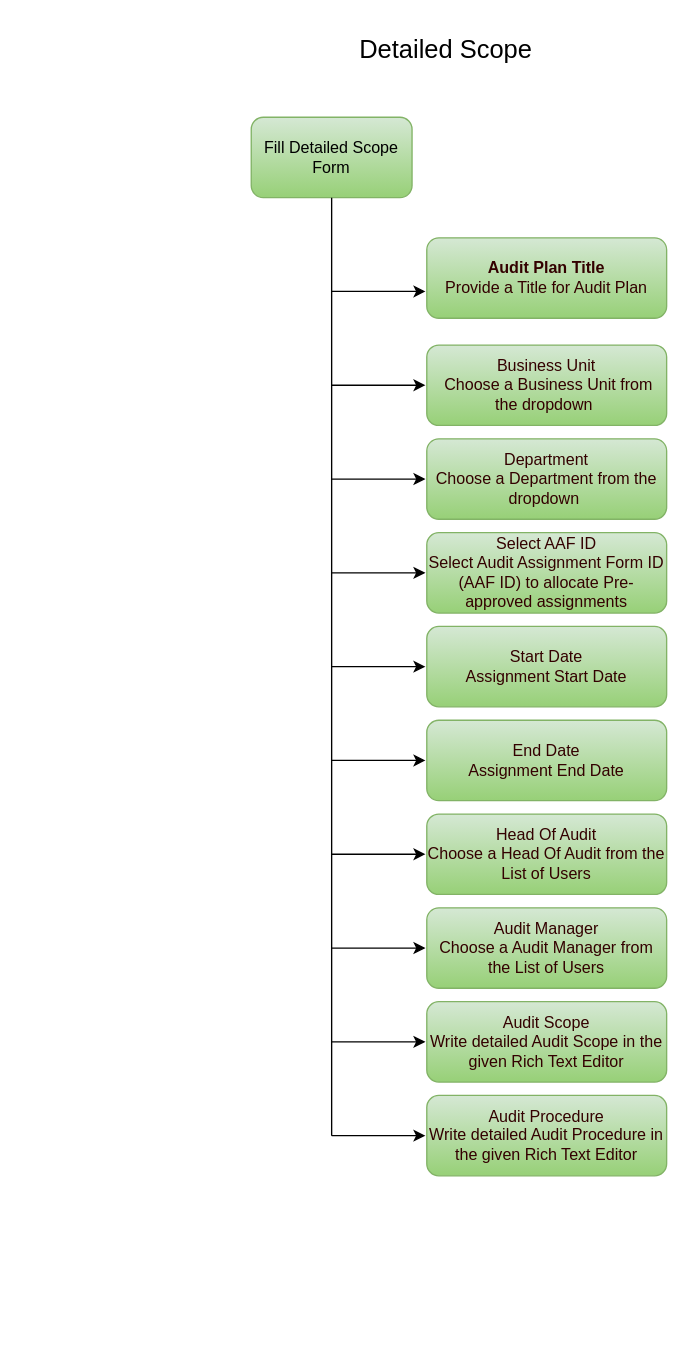
AvikM1996/draw.io keeps this draw.io diagram as page "Detailed Scope" (11 of 32) of ERM & IA DFD.drawio. Above is the earlier version. Source tidied: cells renumbered, new cells numbered last; positions are measured from the earlier drawing's top-left corner, leaving out a move shared by most shapes. Both pictures are drawn from the tidied source at 134%, with x=0, y=0 at pixel (251, 23).
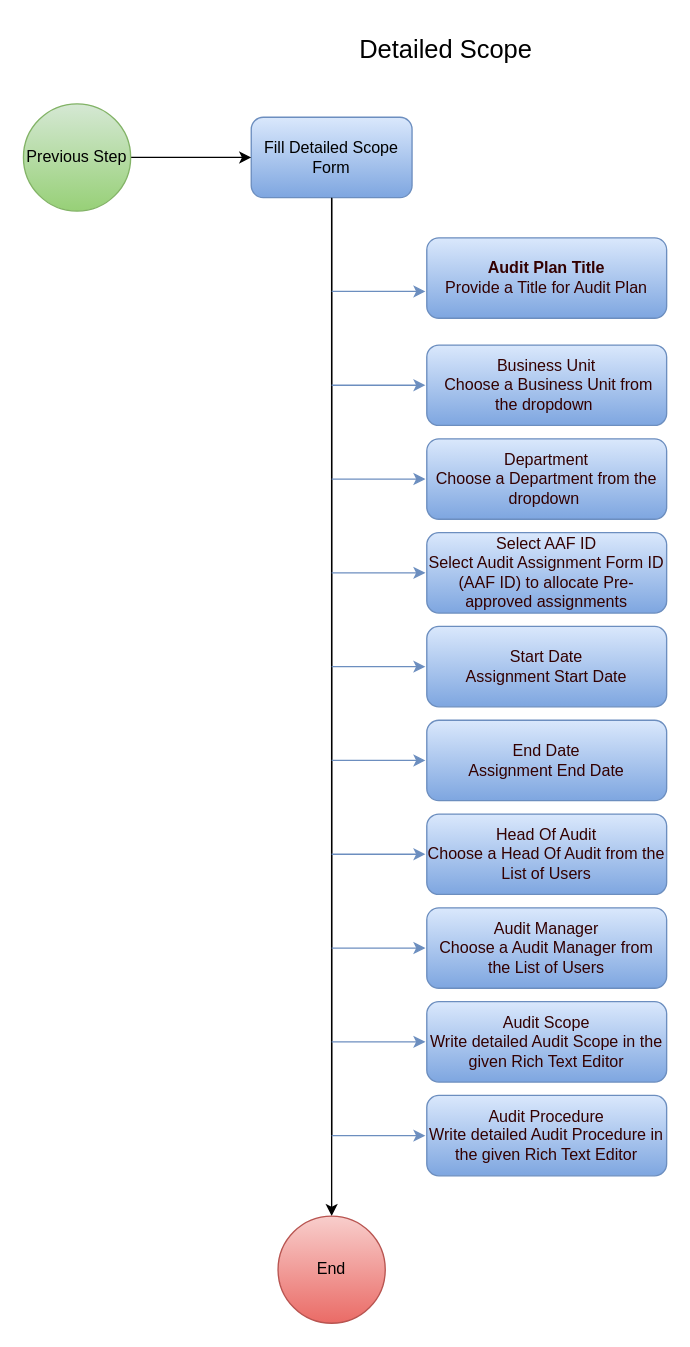
The same diagram, later.

The edit, as a diff of the source:
```diff
@@
+    <mxCell id="25" style="edgeStyle=orthogonalEdgeStyle;rounded=0;jettySize=auto;html=1;" parent="1" edge="1" source="3">
+      <mxGeometry relative="1" as="geometry">
+        <mxPoint x="60" y="890" as="targetPoint" />
+      </mxGeometry>
+    </mxCell>
-    <mxCell id="3" value="Fill Detailed Scope Form" style="rounded=1;whiteSpace=wrap;html=1;fillColor=#d5e8d4;strokeColor=#82b366;gradientColor=#97d077;" parent="1" vertex="1">
+    <mxCell id="3" value="Fill Detailed Scope Form" style="rounded=1;whiteSpace=wrap;html=1;fillColor=#dae8fc;strokeColor=#6c8ebf;gradientColor=#7ea6e0;" parent="1" vertex="1">
       <mxGeometry y="70" width="120" height="60" as="geometry" />
     </mxCell>
@@
-    <mxCell id="5" style="endArrow=classic;html=1;rounded=1;" parent="1" edge="1">
+    <mxCell id="5" style="endArrow=classic;html=1;rounded=1;fillColor=#dae8fc;gradientColor=#7ea6e0;strokeColor=#6c8ebf;" parent="1" edge="1">
       <mxGeometry relative="1" as="geometry">
         <mxPoint x="60" y="200" as="sourcePoint" />
         <mxPoint x="130" y="200" as="targetPoint" />
       </mxGeometry>
     </mxCell>
-    <mxCell id="6" value="&lt;font color=&quot;#330000&quot;&gt;&lt;b&gt;Audit Plan Title&lt;br&gt;&lt;/b&gt;Provide a Title for Audit Plan&lt;/font&gt;" style="rounded=1;whiteSpace=wrap;html=1;fillColor=#d5e8d4;gradientColor=#97d077;strokeColor=#82b366;" parent="1" vertex="1">
+    <mxCell id="6" value="&lt;font color=&quot;#330000&quot;&gt;&lt;b&gt;Audit Plan Title&lt;br&gt;&lt;/b&gt;Provide a Title for Audit Plan&lt;/font&gt;" style="rounded=1;whiteSpace=wrap;html=1;fillColor=#dae8fc;gradientColor=#7ea6e0;strokeColor=#6c8ebf;" parent="1" vertex="1">
       <mxGeometry x="131" y="160" width="179" height="60" as="geometry" />
     </mxCell>
-    <mxCell id="7" style="endArrow=classic;html=1;rounded=1;" parent="1" edge="1">
+    <mxCell id="7" style="endArrow=classic;html=1;rounded=1;fillColor=#dae8fc;gradientColor=#7ea6e0;strokeColor=#6c8ebf;" parent="1" edge="1">
       <mxGeometry relative="1" as="geometry">
         <mxPoint x="60" y="270" as="sourcePoint" />
         <mxPoint x="130" y="270" as="targetPoint" />
       </mxGeometry>
     </mxCell>
-    <mxCell id="8" value="&lt;font color=&quot;#330000&quot;&gt;Business Unit&lt;/font&gt;&lt;div&gt;&lt;font color=&quot;#330000&quot;&gt;&amp;nbsp;Choose a Business Unit from the dropdown&amp;nbsp;&lt;/font&gt;&lt;/div&gt;" style="rounded=1;whiteSpace=wrap;html=1;fillColor=#d5e8d4;gradientColor=#97d077;strokeColor=#82b366;" parent="1" vertex="1">
+    <mxCell id="8" value="&lt;font color=&quot;#330000&quot;&gt;Business Unit&lt;/font&gt;&lt;div&gt;&lt;font color=&quot;#330000&quot;&gt;&amp;nbsp;Choose a Business Unit from the dropdown&amp;nbsp;&lt;/font&gt;&lt;/div&gt;" style="rounded=1;whiteSpace=wrap;html=1;fillColor=#dae8fc;gradientColor=#7ea6e0;strokeColor=#6c8ebf;" parent="1" vertex="1">
       <mxGeometry x="131" y="240" width="179" height="60" as="geometry" />
     </mxCell>
-    <mxCell id="9" style="endArrow=classic;html=1;rounded=1;" parent="1" edge="1">
+    <mxCell id="9" style="endArrow=classic;html=1;rounded=1;fillColor=#dae8fc;gradientColor=#7ea6e0;strokeColor=#6c8ebf;" parent="1" edge="1">
       <mxGeometry relative="1" as="geometry">
         <mxPoint x="60" y="340" as="sourcePoint" />
         <mxPoint x="130" y="340" as="targetPoint" />
       </mxGeometry>
     </mxCell>
-    <mxCell id="10" value="&lt;font color=&quot;#330000&quot;&gt;Department&lt;br&gt;Choose a Department from the dropdown&amp;nbsp;&lt;/font&gt;" style="rounded=1;whiteSpace=wrap;html=1;fillColor=#d5e8d4;gradientColor=#97d077;strokeColor=#82b366;" parent="1" vertex="1">
+    <mxCell id="10" value="&lt;font color=&quot;#330000&quot;&gt;Department&lt;br&gt;Choose a Department from the dropdown&amp;nbsp;&lt;/font&gt;" style="rounded=1;whiteSpace=wrap;html=1;fillColor=#dae8fc;gradientColor=#7ea6e0;strokeColor=#6c8ebf;" parent="1" vertex="1">
       <mxGeometry x="131" y="310" width="179" height="60" as="geometry" />
     </mxCell>
-    <mxCell id="11" style="endArrow=classic;html=1;rounded=1;" parent="1" edge="1">
+    <mxCell id="11" style="endArrow=classic;html=1;rounded=1;fillColor=#dae8fc;gradientColor=#7ea6e0;strokeColor=#6c8ebf;" parent="1" edge="1">
       <mxGeometry relative="1" as="geometry">
         <mxPoint x="60" y="410" as="sourcePoint" />
         <mxPoint x="130" y="410" as="targetPoint" />
       </mxGeometry>
     </mxCell>
-    <mxCell id="12" value="&lt;font color=&quot;#330000&quot;&gt;Select AAF ID&lt;br&gt;&lt;/font&gt;&lt;div&gt;&lt;font color=&quot;#330000&quot;&gt;Select Audit Assignment Form ID (AAF ID) to allocate Pre-approved assignments&lt;/font&gt;&lt;/div&gt;" style="rounded=1;whiteSpace=wrap;html=1;fillColor=#d5e8d4;gradientColor=#97d077;strokeColor=#82b366;" parent="1" vertex="1">
+    <mxCell id="12" value="&lt;font color=&quot;#330000&quot;&gt;Select AAF ID&lt;br&gt;&lt;/font&gt;&lt;div&gt;&lt;font color=&quot;#330000&quot;&gt;Select Audit Assignment Form ID (AAF ID) to allocate Pre-approved assignments&lt;/font&gt;&lt;/div&gt;" style="rounded=1;whiteSpace=wrap;html=1;fillColor=#dae8fc;gradientColor=#7ea6e0;strokeColor=#6c8ebf;" parent="1" vertex="1">
       <mxGeometry x="131" y="380" width="179" height="60" as="geometry" />
     </mxCell>
-    <mxCell id="13" style="endArrow=classic;html=1;rounded=1;" parent="1" edge="1">
+    <mxCell id="13" style="endArrow=classic;html=1;rounded=1;fillColor=#dae8fc;gradientColor=#7ea6e0;strokeColor=#6c8ebf;" parent="1" edge="1">
       <mxGeometry relative="1" as="geometry">
         <mxPoint x="60" y="480" as="sourcePoint" />
         <mxPoint x="130" y="480" as="targetPoint" />
       </mxGeometry>
     </mxCell>
-    <mxCell id="14" value="&lt;font color=&quot;#330000&quot;&gt;Start Date&lt;/font&gt;&lt;div&gt;&lt;font color=&quot;#330000&quot;&gt;Assignment Start Date&lt;/font&gt;&lt;/div&gt;" style="rounded=1;whiteSpace=wrap;html=1;fillColor=#d5e8d4;gradientColor=#97d077;strokeColor=#82b366;" parent="1" vertex="1">
+    <mxCell id="14" value="&lt;font color=&quot;#330000&quot;&gt;Start Date&lt;/font&gt;&lt;div&gt;&lt;font color=&quot;#330000&quot;&gt;Assignment Start Date&lt;/font&gt;&lt;/div&gt;" style="rounded=1;whiteSpace=wrap;html=1;fillColor=#dae8fc;gradientColor=#7ea6e0;strokeColor=#6c8ebf;" parent="1" vertex="1">
       <mxGeometry x="131" y="450" width="179" height="60" as="geometry" />
     </mxCell>
-    <mxCell id="15" style="endArrow=classic;html=1;rounded=1;" parent="1" edge="1">
+    <mxCell id="15" style="endArrow=classic;html=1;rounded=1;fillColor=#dae8fc;gradientColor=#7ea6e0;strokeColor=#6c8ebf;" parent="1" edge="1">
       <mxGeometry relative="1" as="geometry">
         <mxPoint x="60" y="550" as="sourcePoint" />
         <mxPoint x="130" y="550" as="targetPoint" />
       </mxGeometry>
     </mxCell>
-    <mxCell id="16" value="&lt;font color=&quot;#330000&quot;&gt;End Date&lt;/font&gt;&lt;div&gt;&lt;font color=&quot;#330000&quot;&gt;Assignment End Date&lt;/font&gt;&lt;br&gt;&lt;/div&gt;" style="rounded=1;whiteSpace=wrap;html=1;fillColor=#d5e8d4;gradientColor=#97d077;strokeColor=#82b366;" parent="1" vertex="1">
+    <mxCell id="16" value="&lt;font color=&quot;#330000&quot;&gt;End Date&lt;/font&gt;&lt;div&gt;&lt;font color=&quot;#330000&quot;&gt;Assignment End Date&lt;/font&gt;&lt;br&gt;&lt;/div&gt;" style="rounded=1;whiteSpace=wrap;html=1;fillColor=#dae8fc;gradientColor=#7ea6e0;strokeColor=#6c8ebf;" parent="1" vertex="1">
       <mxGeometry x="131" y="520" width="179" height="60" as="geometry" />
     </mxCell>
-    <mxCell id="17" style="endArrow=classic;html=1;rounded=1;" parent="1" edge="1">
+    <mxCell id="17" style="endArrow=classic;html=1;rounded=1;fillColor=#dae8fc;gradientColor=#7ea6e0;strokeColor=#6c8ebf;" parent="1" edge="1">
       <mxGeometry relative="1" as="geometry">
         <mxPoint x="60" y="620" as="sourcePoint" />
         <mxPoint x="130" y="620" as="targetPoint" />
       </mxGeometry>
     </mxCell>
-    <mxCell id="18" value="&lt;font color=&quot;#330000&quot;&gt;Head Of Audit&lt;br&gt;Choose a Head Of Audit from the List of Users&lt;/font&gt;" style="rounded=1;whiteSpace=wrap;html=1;fillColor=#d5e8d4;gradientColor=#97d077;strokeColor=#82b366;" parent="1" vertex="1">
+    <mxCell id="18" value="&lt;font color=&quot;#330000&quot;&gt;Head Of Audit&lt;br&gt;Choose a Head Of Audit from the List of Users&lt;/font&gt;" style="rounded=1;whiteSpace=wrap;html=1;fillColor=#dae8fc;gradientColor=#7ea6e0;strokeColor=#6c8ebf;" parent="1" vertex="1">
       <mxGeometry x="131" y="590" width="179" height="60" as="geometry" />
     </mxCell>
-    <mxCell id="19" style="endArrow=classic;html=1;rounded=1;" parent="1" edge="1">
+    <mxCell id="19" style="endArrow=classic;html=1;rounded=1;fillColor=#dae8fc;gradientColor=#7ea6e0;strokeColor=#6c8ebf;" parent="1" edge="1">
       <mxGeometry relative="1" as="geometry">
         <mxPoint x="60" y="690" as="sourcePoint" />
         <mxPoint x="130" y="690" as="targetPoint" />
       </mxGeometry>
     </mxCell>
-    <mxCell id="20" value="&lt;font color=&quot;#330000&quot;&gt;Audit Manager&lt;/font&gt;&lt;div&gt;&lt;font color=&quot;#330000&quot;&gt;Choose a Audit Manager from the List of Users&lt;/font&gt;&lt;br&gt;&lt;/div&gt;" style="rounded=1;whiteSpace=wrap;html=1;fillColor=#d5e8d4;gradientColor=#97d077;strokeColor=#82b366;" parent="1" vertex="1">
+    <mxCell id="20" value="&lt;font color=&quot;#330000&quot;&gt;Audit Manager&lt;/font&gt;&lt;div&gt;&lt;font color=&quot;#330000&quot;&gt;Choose a Audit Manager from the List of Users&lt;/font&gt;&lt;br&gt;&lt;/div&gt;" style="rounded=1;whiteSpace=wrap;html=1;fillColor=#dae8fc;gradientColor=#7ea6e0;strokeColor=#6c8ebf;" parent="1" vertex="1">
       <mxGeometry x="131" y="660" width="179" height="60" as="geometry" />
     </mxCell>
-    <mxCell id="21" style="endArrow=classic;html=1;rounded=1;" parent="1" edge="1">
+    <mxCell id="21" style="endArrow=classic;html=1;rounded=1;fillColor=#dae8fc;gradientColor=#7ea6e0;strokeColor=#6c8ebf;" parent="1" edge="1">
       <mxGeometry relative="1" as="geometry">
         <mxPoint x="60" y="760" as="sourcePoint" />
         <mxPoint x="130" y="760" as="targetPoint" />
       </mxGeometry>
     </mxCell>
-    <mxCell id="22" value="&lt;font color=&quot;#330000&quot;&gt;Audit Scope&lt;br&gt;Write detailed Audit Scope in the given Rich Text Editor&lt;/font&gt;" style="rounded=1;whiteSpace=wrap;html=1;fillColor=#d5e8d4;gradientColor=#97d077;strokeColor=#82b366;" parent="1" vertex="1">
+    <mxCell id="22" value="&lt;font color=&quot;#330000&quot;&gt;Audit Scope&lt;br&gt;Write detailed Audit Scope in the given Rich Text Editor&lt;/font&gt;" style="rounded=1;whiteSpace=wrap;html=1;fillColor=#dae8fc;gradientColor=#7ea6e0;strokeColor=#6c8ebf;" parent="1" vertex="1">
       <mxGeometry x="131" y="730" width="179" height="60" as="geometry" />
     </mxCell>
-    <mxCell id="23" style="endArrow=classic;html=1;rounded=1;" parent="1" edge="1">
+    <mxCell id="23" style="endArrow=classic;html=1;rounded=1;fillColor=#dae8fc;gradientColor=#7ea6e0;strokeColor=#6c8ebf;" parent="1" edge="1">
       <mxGeometry relative="1" as="geometry">
         <mxPoint x="60" y="830" as="sourcePoint" />
         <mxPoint x="130" y="830" as="targetPoint" />
       </mxGeometry>
     </mxCell>
-    <mxCell id="24" value="&lt;div&gt;&lt;font color=&quot;#330000&quot;&gt;Audit Procedure&lt;/font&gt;&lt;/div&gt;&lt;div&gt;&lt;font color=&quot;#330000&quot;&gt;Write detailed Audit Procedure&amp;nbsp;&lt;span style=&quot;background-color: initial;&quot;&gt;in the given Rich Text Editor&lt;/span&gt;&lt;/font&gt;&lt;br&gt;&lt;/div&gt;" style="rounded=1;whiteSpace=wrap;html=1;fillColor=#d5e8d4;gradientColor=#97d077;strokeColor=#82b366;" parent="1" vertex="1">
+    <mxCell id="24" value="&lt;div&gt;&lt;font color=&quot;#330000&quot;&gt;Audit Procedure&lt;/font&gt;&lt;/div&gt;&lt;div&gt;&lt;font color=&quot;#330000&quot;&gt;Write detailed Audit Procedure&amp;nbsp;&lt;span style=&quot;background-color: initial;&quot;&gt;in the given Rich Text Editor&lt;/span&gt;&lt;/font&gt;&lt;br&gt;&lt;/div&gt;" style="rounded=1;whiteSpace=wrap;html=1;fillColor=#dae8fc;gradientColor=#7ea6e0;strokeColor=#6c8ebf;" parent="1" vertex="1">
       <mxGeometry x="131" y="800" width="179" height="60" as="geometry" />
     </mxCell>
+    <mxCell id="26" style="edgeStyle=orthogonalEdgeStyle;rounded=0;jettySize=auto;html=1;entryX=0;entryY=0.5;entryDx=0;entryDy=0;" parent="1" edge="1" source="27" target="3">
+      <mxGeometry relative="1" as="geometry" />
+    </mxCell>
+    <mxCell id="27" value="Previous Step" style="ellipse;whiteSpace=wrap;html=1;fillColor=#d5e8d4;gradientColor=#97d077;strokeColor=#82b366;" parent="1" vertex="1">
+      <mxGeometry x="-170" y="60" width="80" height="80" as="geometry" />
+    </mxCell>
+    <mxCell id="28" value="End" style="ellipse;whiteSpace=wrap;html=1;fillColor=#f8cecc;gradientColor=#ea6b66;strokeColor=#b85450;" parent="1" vertex="1">
+      <mxGeometry x="20" y="890" width="80" height="80" as="geometry" />
+    </mxCell>
```
